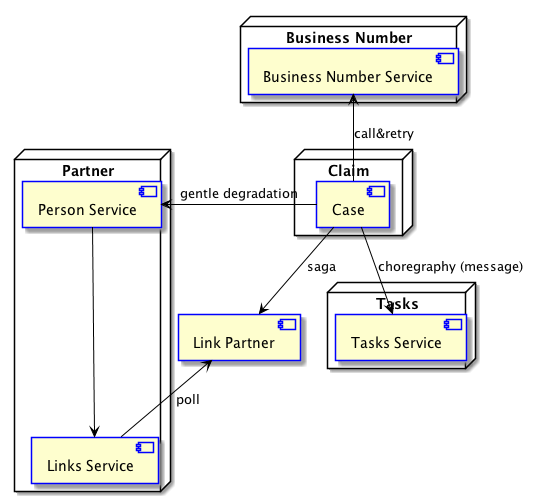
fxleloup/microservice-sandbox keeps this PlantUML diagram as doc/images/components.png. Above is the earlier version.
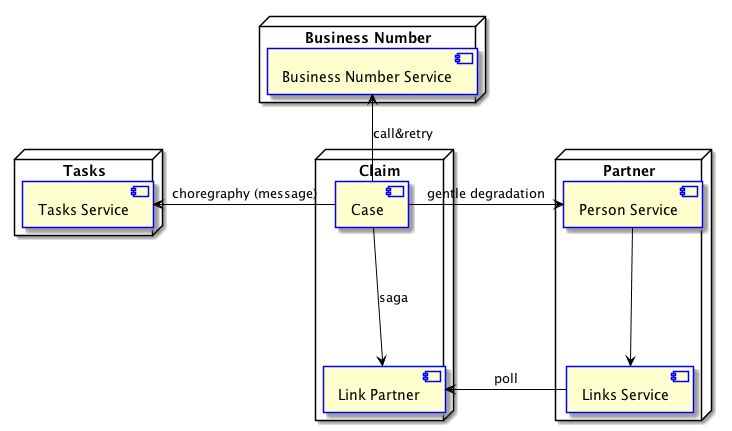
Above is the later version.

The edit, as a diff of the source:
```diff
@@ -19,12 +19,13 @@
 
 node "Claim" as main {
     [Case] as c
+    [Link Partner] as lp
 }
-    [Link Partner] as lp
 
+
+    c -left-> ts : choregraphy (message)
     c --> lp : saga
     lp <- ls : poll
-    c --> ts : choregraphy (message)
     c -u-> bns : call&retry
     c -> ps : gentle degradation
 
```
